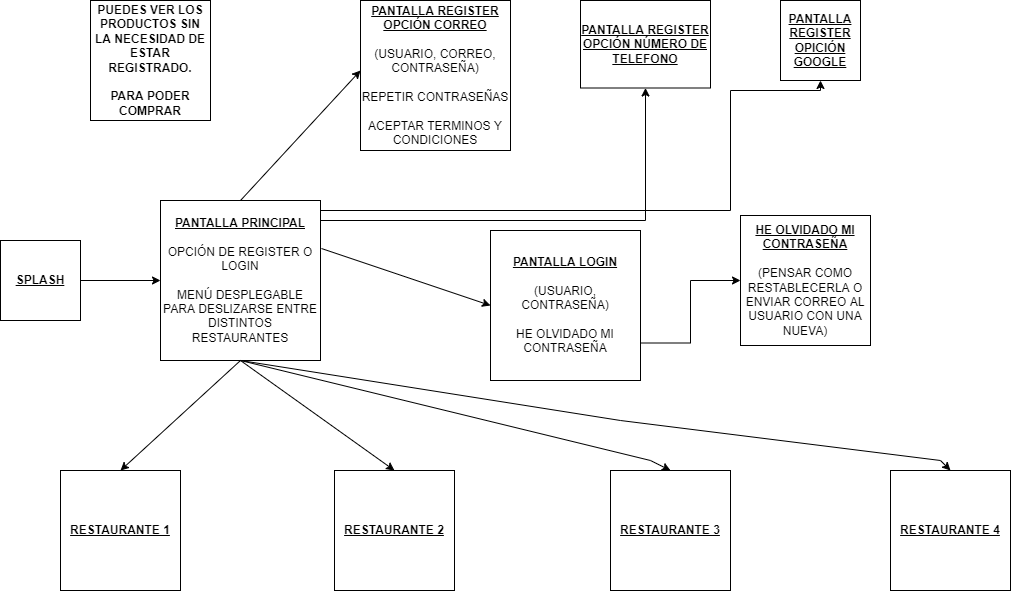
angelcriber99/jerou keeps this draw.io diagram as Diagrama sin título.drawio.png. Above is the earlier version. Source tidied: cells renumbered, new cells last; positions are measured from the earlier drawing's top-left corner, leaving out a move shared by most shapes.
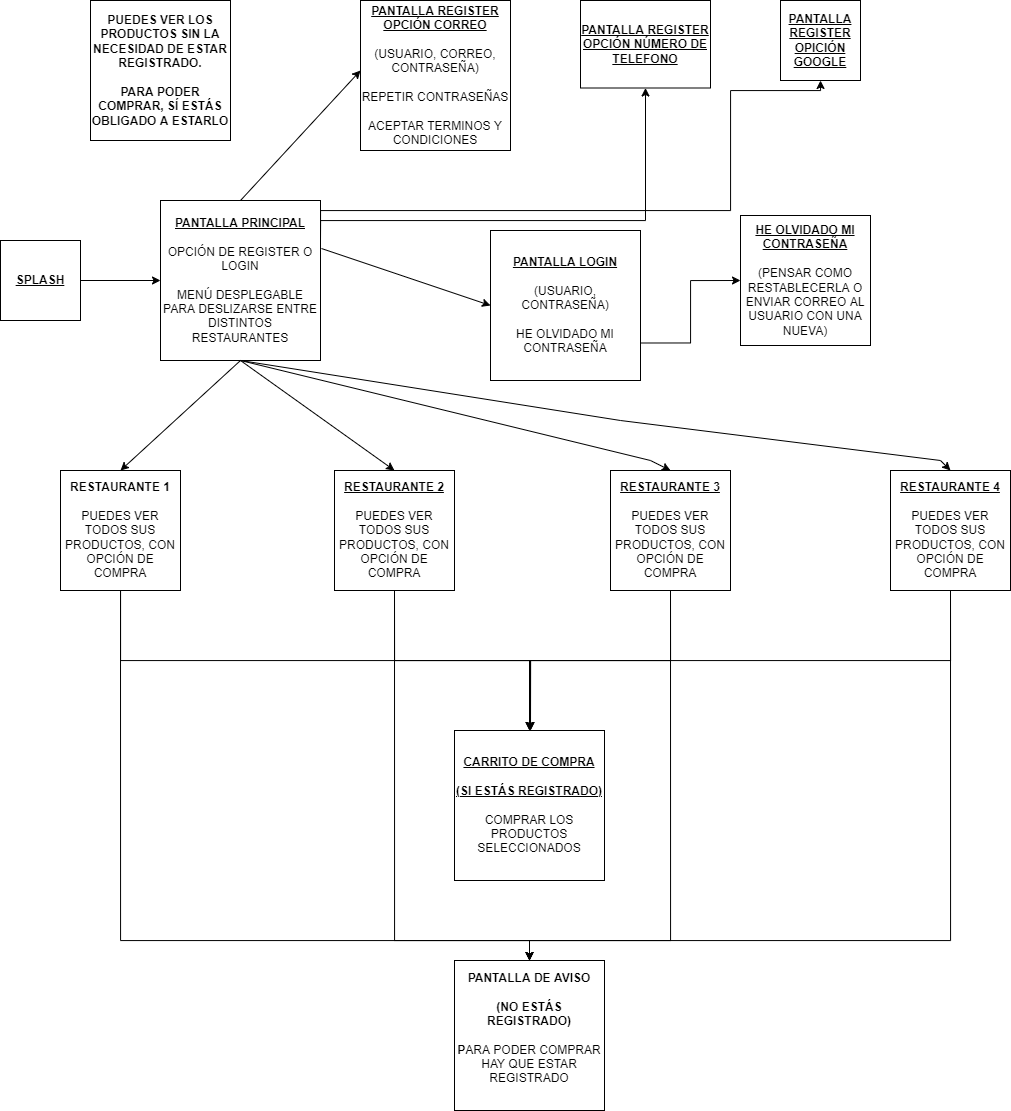
After the change.

Change to the diagram source:
```diff
@@ -38,10 +38,39 @@
     <mxCell id="9" value="&lt;b&gt;&lt;u&gt;PANTALLA LOGIN&lt;/u&gt;&lt;/b&gt;&lt;br&gt;&lt;br&gt;(USUARIO, CONTRASEÑA)&lt;br&gt;&lt;br&gt;HE OLVIDADO MI CONTRASEÑA" style="whiteSpace=wrap;html=1;" parent="1" vertex="1">
       <mxGeometry x="490" y="230" width="150" height="150" as="geometry" />
     </mxCell>
+    <mxCell id="24" style="edgeStyle=orthogonalEdgeStyle;rounded=0;jettySize=auto;html=1;" parent="1" edge="1" source="10" target="32">
+      <mxGeometry relative="1" as="geometry">
+        <Array as="points">
+          <mxPoint x="120" y="660" />
+          <mxPoint x="529" y="660" />
+        </Array>
+      </mxGeometry>
+    </mxCell>
+    <mxCell id="25" style="edgeStyle=orthogonalEdgeStyle;rounded=0;jettySize=auto;html=1;exitX=0.5;exitY=1;exitDx=0;exitDy=0;" parent="1" edge="1" source="10" target="33">
+      <mxGeometry relative="1" as="geometry">
+        <Array as="points">
+          <mxPoint x="120" y="940" />
+          <mxPoint x="529" y="940" />
+        </Array>
+      </mxGeometry>
+    </mxCell>
-    <mxCell id="10" value="&lt;b&gt;&lt;u&gt;RESTAURANTE 1&lt;/u&gt;&lt;/b&gt;" style="whiteSpace=wrap;html=1;" parent="1" vertex="1">
+    <mxCell id="10" value="&lt;b&gt;RESTAURANTE 1&lt;/b&gt;&lt;br&gt;&lt;br&gt;PUEDES VER TODOS SUS PRODUCTOS, CON OPCIÓN DE COMPRA" style="whiteSpace=wrap;html=1;" parent="1" vertex="1">
       <mxGeometry x="60" y="470" width="120" height="120" as="geometry" />
     </mxCell>
+    <mxCell id="26" style="edgeStyle=orthogonalEdgeStyle;rounded=0;jettySize=auto;html=1;exitX=0.5;exitY=1;exitDx=0;exitDy=0;" parent="1" edge="1" source="11">
+      <mxGeometry relative="1" as="geometry">
+        <mxPoint x="530" y="730" as="targetPoint" />
+      </mxGeometry>
+    </mxCell>
+    <mxCell id="27" style="edgeStyle=orthogonalEdgeStyle;rounded=0;jettySize=auto;html=1;exitX=0.5;exitY=1;exitDx=0;exitDy=0;" parent="1" edge="1" source="11" target="33">
+      <mxGeometry relative="1" as="geometry">
+        <Array as="points">
+          <mxPoint x="394" y="940" />
+          <mxPoint x="529" y="940" />
+        </Array>
+      </mxGeometry>
+    </mxCell>
-    <mxCell id="11" value="&lt;b&gt;&lt;u&gt;RESTAURANTE 2&lt;/u&gt;&lt;/b&gt;" style="whiteSpace=wrap;html=1;" parent="1" vertex="1">
+    <mxCell id="11" value="&lt;b&gt;&lt;u&gt;RESTAURANTE 2&lt;br&gt;&lt;br&gt;&lt;/u&gt;&lt;/b&gt;PUEDES VER TODOS SUS PRODUCTOS, CON OPCIÓN DE COMPRA&lt;b&gt;&lt;u&gt;&lt;br&gt;&lt;/u&gt;&lt;/b&gt;" style="whiteSpace=wrap;html=1;" parent="1" vertex="1">
       <mxGeometry x="334" y="470" width="120" height="120" as="geometry" />
     </mxCell>
     <mxCell id="12" style="endArrow=classic;html=1;rounded=0;exitX=1.006;exitY=0.3;exitDx=0;exitDy=0;exitPerimeter=0;entryX=0;entryY=0.5;entryDx=0;entryDy=0;" parent="1" edge="1" source="6" target="9">
@@ -52,10 +81,34 @@
         <mxPoint x="360" y="70" as="targetPoint" />
       </mxGeometry>
     </mxCell>
+    <mxCell id="28" style="edgeStyle=orthogonalEdgeStyle;rounded=0;jettySize=auto;html=1;exitX=0.5;exitY=1;exitDx=0;exitDy=0;entryX=0.5;entryY=0;entryDx=0;entryDy=0;" parent="1" edge="1" source="14" target="32">
+      <mxGeometry relative="1" as="geometry" />
+    </mxCell>
+    <mxCell id="29" style="edgeStyle=orthogonalEdgeStyle;rounded=0;jettySize=auto;html=1;exitX=0.5;exitY=1;exitDx=0;exitDy=0;entryX=0.5;entryY=0;entryDx=0;entryDy=0;" parent="1" edge="1" source="14" target="33">
+      <mxGeometry relative="1" as="geometry">
+        <Array as="points">
+          <mxPoint x="670" y="940" />
+          <mxPoint x="529" y="940" />
+        </Array>
+      </mxGeometry>
+    </mxCell>
-    <mxCell id="14" value="&lt;b&gt;&lt;u&gt;RESTAURANTE 3&lt;/u&gt;&lt;/b&gt;" style="whiteSpace=wrap;html=1;" parent="1" vertex="1">
+    <mxCell id="14" value="&lt;b&gt;&lt;u&gt;RESTAURANTE 3&lt;br&gt;&lt;br&gt;&lt;/u&gt;&lt;/b&gt;PUEDES VER TODOS SUS PRODUCTOS, CON OPCIÓN DE COMPRA&lt;b&gt;&lt;u&gt;&lt;br&gt;&lt;/u&gt;&lt;/b&gt;" style="whiteSpace=wrap;html=1;" parent="1" vertex="1">
       <mxGeometry x="610" y="470" width="120" height="120" as="geometry" />
     </mxCell>
+    <mxCell id="30" style="edgeStyle=orthogonalEdgeStyle;rounded=0;jettySize=auto;html=1;exitX=0.5;exitY=1;exitDx=0;exitDy=0;" parent="1" edge="1" source="15">
+      <mxGeometry relative="1" as="geometry">
+        <mxPoint x="530" y="730" as="targetPoint" />
+      </mxGeometry>
+    </mxCell>
+    <mxCell id="31" style="edgeStyle=orthogonalEdgeStyle;rounded=0;jettySize=auto;html=1;exitX=0.5;exitY=1;exitDx=0;exitDy=0;" parent="1" edge="1" source="15" target="33">
+      <mxGeometry relative="1" as="geometry">
+        <Array as="points">
+          <mxPoint x="950" y="940" />
+          <mxPoint x="529" y="940" />
+        </Array>
+      </mxGeometry>
+    </mxCell>
-    <mxCell id="15" value="&lt;b&gt;&lt;u&gt;RESTAURANTE 4&lt;/u&gt;&lt;/b&gt;" style="whiteSpace=wrap;html=1;" parent="1" vertex="1">
+    <mxCell id="15" value="&lt;b&gt;&lt;u&gt;RESTAURANTE 4&lt;br&gt;&lt;br&gt;&lt;/u&gt;&lt;/b&gt;PUEDES VER TODOS SUS PRODUCTOS, CON OPCIÓN DE COMPRA&lt;b&gt;&lt;u&gt;&lt;br&gt;&lt;/u&gt;&lt;/b&gt;" style="whiteSpace=wrap;html=1;" parent="1" vertex="1">
       <mxGeometry x="890" y="470" width="120" height="120" as="geometry" />
     </mxCell>
     <mxCell id="16" style="endArrow=classic;html=1;rounded=0;exitX=0.5;exitY=1;exitDx=0;exitDy=0;entryX=0.5;entryY=0;entryDx=0;entryDy=0;" parent="1" edge="1" source="6" target="10">
@@ -82,8 +135,8 @@
     <mxCell id="20" value="&lt;b&gt;&lt;u&gt;HE OLVIDADO MI CONTRASEÑA&lt;/u&gt;&lt;/b&gt;&lt;br&gt;&lt;br&gt;(PENSAR COMO RESTABLECERLA O ENVIAR CORREO AL USUARIO CON UNA NUEVA)" style="whiteSpace=wrap;html=1;" parent="1" vertex="1">
       <mxGeometry x="740" y="215" width="130" height="130" as="geometry" />
     </mxCell>
-    <mxCell id="21" value="&lt;b&gt;PUEDES VER LOS PRODUCTOS SIN LA NECESIDAD DE ESTAR REGISTRADO.&lt;br&gt;&lt;br&gt;PARA PODER COMPRAR&lt;br&gt;&lt;/b&gt;" style="whiteSpace=wrap;html=1;" parent="1" vertex="1">
-      <mxGeometry x="90" width="120" height="120" as="geometry" />
+    <mxCell id="21" value="&lt;b&gt;PUEDES VER LOS PRODUCTOS SIN LA NECESIDAD DE ESTAR REGISTRADO.&lt;br&gt;&lt;br&gt;PARA PODER COMPRAR, SÍ ESTÁS OBLIGADO A ESTARLO&lt;br&gt;&lt;/b&gt;" style="whiteSpace=wrap;html=1;" parent="1" vertex="1">
+      <mxGeometry x="90" width="140" height="140" as="geometry" />
     </mxCell>
     <mxCell id="22" value="&lt;b&gt;&lt;u&gt;PANTALLA REGISTER&lt;br&gt;OPCIÓN NÚMERO DE TELEFONO&lt;/u&gt;&lt;/b&gt;" style="whiteSpace=wrap;html=1;" parent="1" vertex="1">
       <mxGeometry x="580" width="130" height="87.5" as="geometry" />
@@ -91,5 +144,11 @@
     <mxCell id="23" value="&lt;b&gt;&lt;u&gt;PANTALLA REGISTER&lt;br&gt;OPICIÓN GOOGLE&lt;/u&gt;&lt;/b&gt;" style="whiteSpace=wrap;html=1;" parent="1" vertex="1">
       <mxGeometry x="780" width="80" height="80" as="geometry" />
     </mxCell>
+    <mxCell id="32" value="&lt;u style=&quot;font-weight: bold&quot;&gt;CARRITO DE COMPRA&lt;/u&gt;&lt;br&gt;&lt;br&gt;&lt;u style=&quot;font-weight: bold&quot;&gt;(SI ESTÁS REGISTRADO)&lt;/u&gt;&lt;br&gt;&lt;br&gt;COMPRAR LOS PRODUCTOS SELECCIONADOS" style="whiteSpace=wrap;html=1;" parent="1" vertex="1">
+      <mxGeometry x="454" y="730" width="150" height="150" as="geometry" />
+    </mxCell>
+    <mxCell id="33" value="&lt;b&gt;PANTALLA DE AVISO&lt;/b&gt;&lt;br&gt;&lt;br&gt;&lt;b&gt;(NO ESTÁS REGISTRADO)&lt;/b&gt;&lt;br&gt;&lt;br&gt;&lt;b&gt;P&lt;/b&gt;ARA PODER COMPRAR HAY QUE ESTAR REGISTRADO&lt;br&gt;&lt;br&gt;" style="whiteSpace=wrap;html=1;" parent="1" vertex="1">
+      <mxGeometry x="454" y="960" width="150" height="150" as="geometry" />
+    </mxCell>
   </root>
 </mxGraphModel>
```
